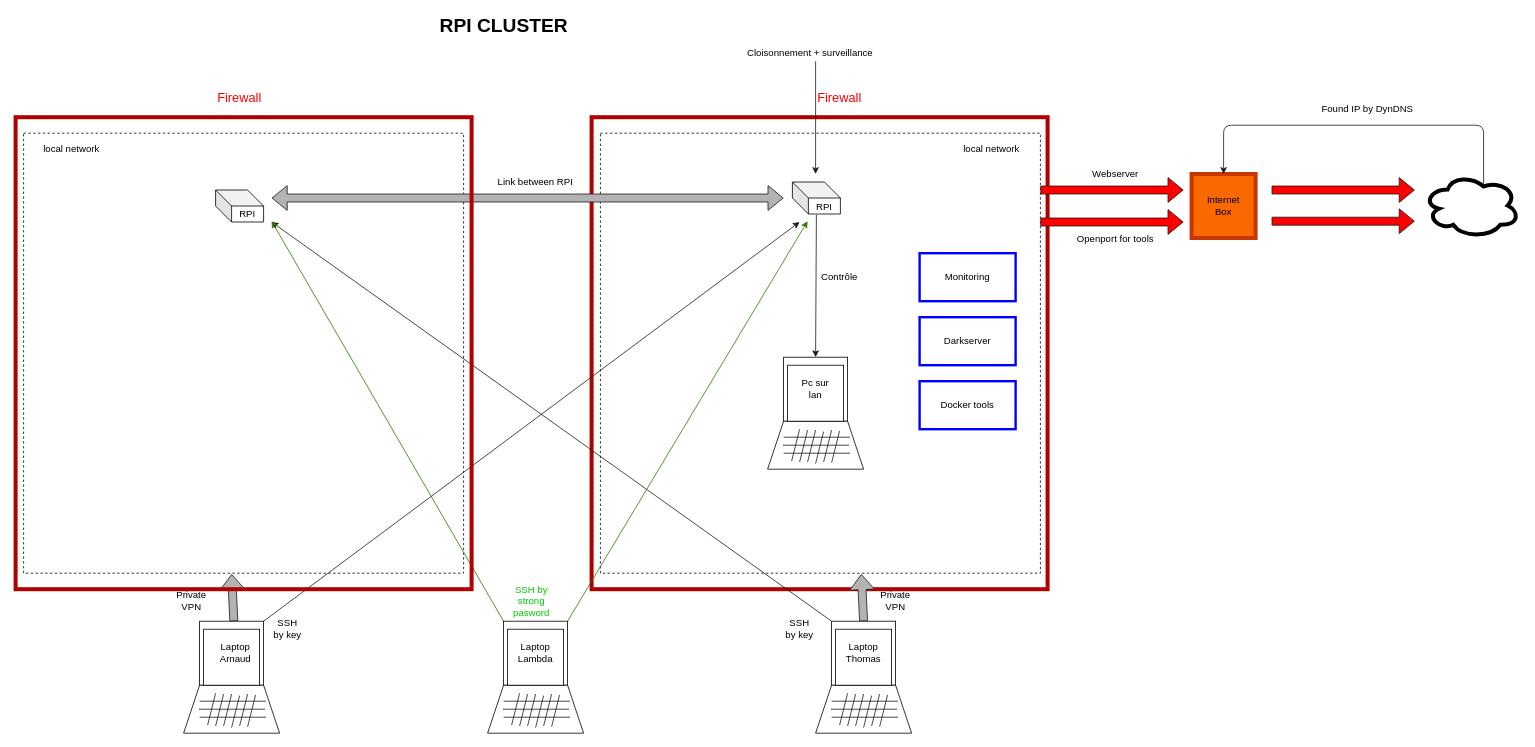
The draw.io diagram RPI_SERVER.drawio in YNRA/RPI_SERVER, before the edit. Source tidied: cells renumbered, new cells numbered last; positions are measured from the earlier drawing's top-left corner, leaving out a move shared by most shapes. Both pictures are drawn from the tidied source at 80%, with x=0, y=0 at pixel (15, 21).
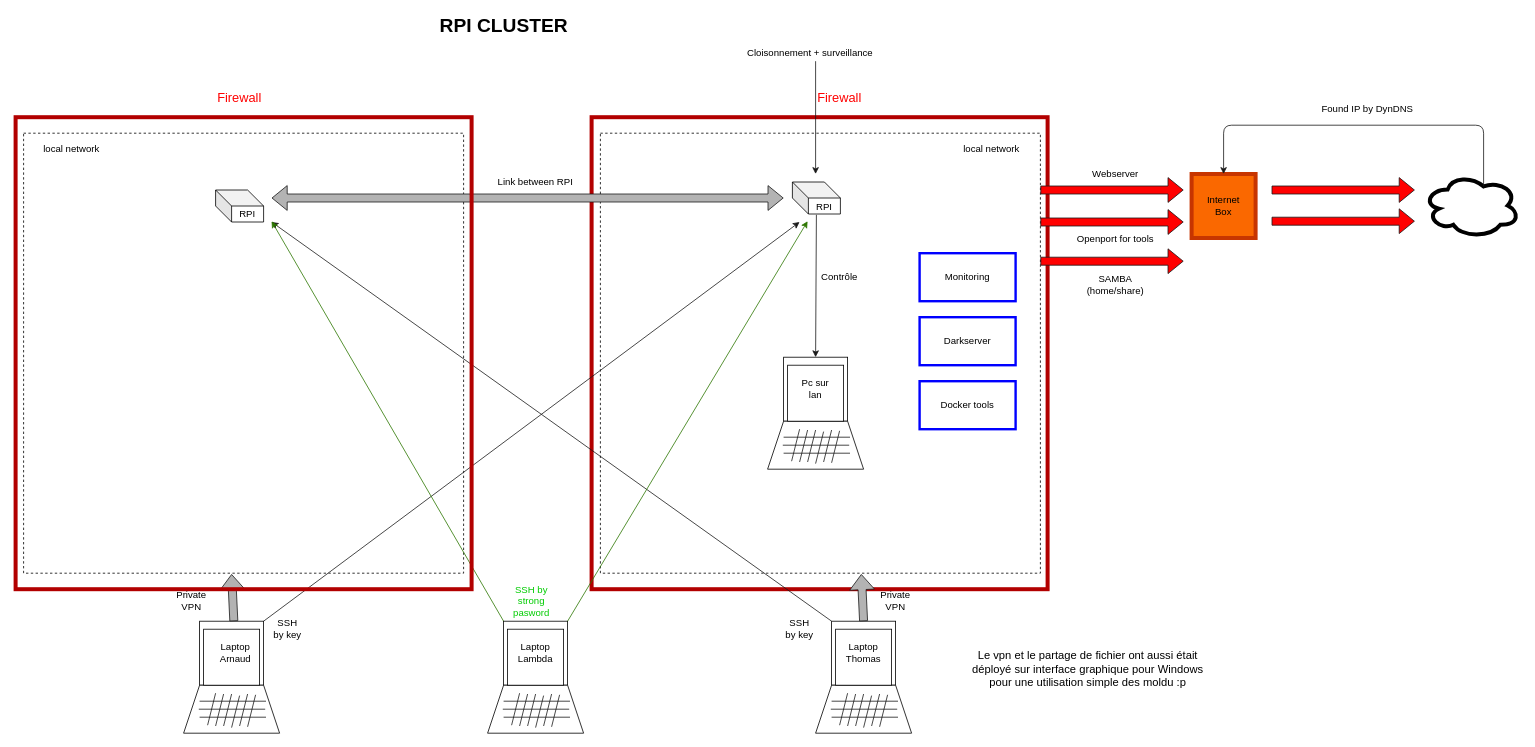
Above is the later version.

What changed in the source:
```diff
@@
+    <mxCell id="108" style="shape=flexArrow;endArrow=classic;html=1;strokeColor=#1A1A1A;fillColor=#FF0000;" parent="1" edge="1">
+      <mxGeometry relative="1" as="geometry">
+        <mxPoint x="1281" y="300" as="sourcePoint" />
+        <mxPoint x="1460" y="300" as="targetPoint" />
+      </mxGeometry>
+    </mxCell>
+    <mxCell id="109" value="SAMBA&lt;br&gt;(home/share)" style="text;html=1;strokeColor=none;fillColor=none;align=center;verticalAlign=middle;whiteSpace=wrap;rounded=0;" parent="1" vertex="1">
+      <mxGeometry x="1325" y="320" width="100" height="20" as="geometry" />
+    </mxCell>
+    <mxCell id="110" value="&lt;font style=&quot;font-size: 14px&quot;&gt;Le vpn et le partage de fichier ont aussi était déployé sur interface graphique pour Windows pour une utilisation simple des moldu :p&lt;/font&gt;" style="text;html=1;strokeColor=none;fillColor=none;align=center;verticalAlign=middle;whiteSpace=wrap;rounded=0;" parent="1" vertex="1">
+      <mxGeometry x="1191" y="760" width="299" height="100" as="geometry" />
+    </mxCell>
```
